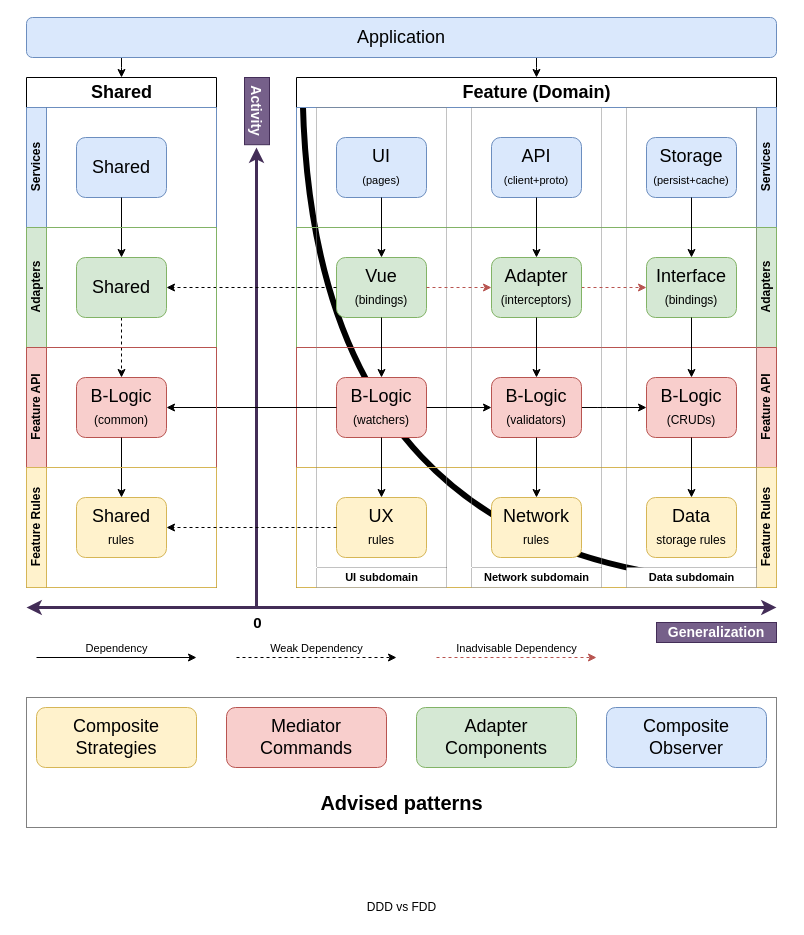
Before: page "Layers" (2 of 3) of ELDA.drawio in E-L-D-A/ELDA, a draw.io diagram. Source tidied: cells renumbered, new cells numbered last; positions are measured from the earlier drawing's top-left corner, leaving out a move shared by most shapes. Both pictures are drawn from the tidied source at 100%, with x=0, y=0 at pixel (26, 17).
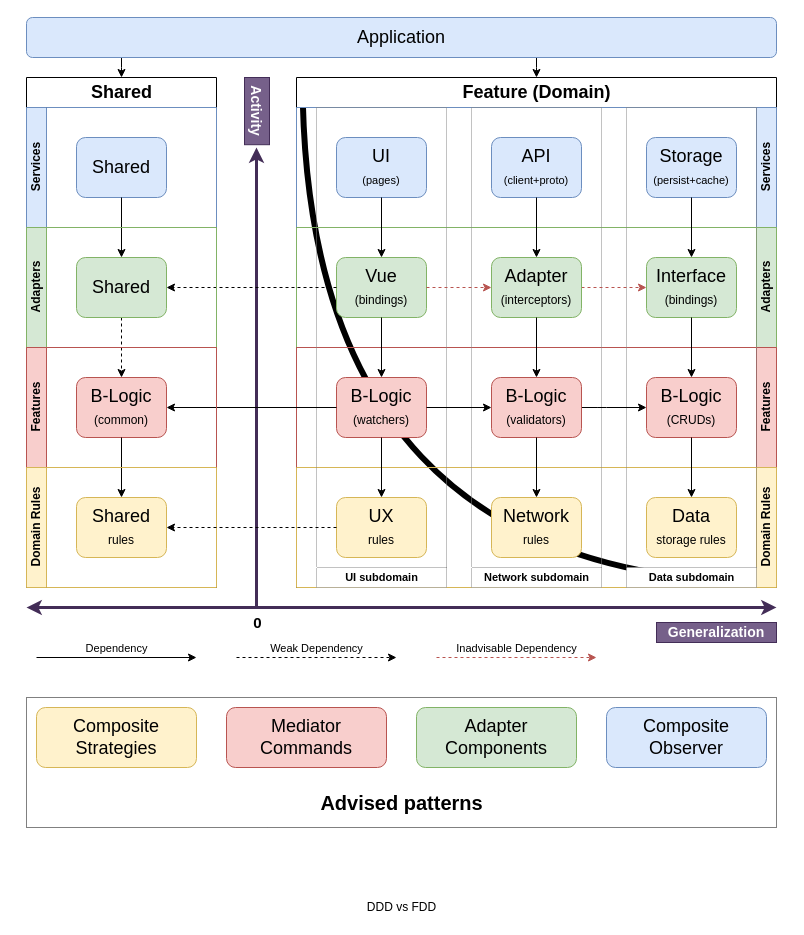
The same diagram, later.

Unchanged cells that the change refers to:
```xml
<mxCell id="4" value="Feature (Domain)" style="swimlane;html=1;horizontal=1;startSize=30;fontSize=18;align=center;swimlaneFillColor=none;" parent="1" vertex="1">
  <mxGeometry x="270" y="60" width="480" height="510" as="geometry" />
</mxCell>
<mxCell id="58" value="Shared" style="swimlane;html=1;horizontal=1;startSize=30;fontSize=18;align=center;" parent="1" vertex="1">
  <mxGeometry y="60" width="190" height="510" as="geometry" />
</mxCell>
```

What changed in the source:
```diff
@@
-    <mxCell id="9" value="Feature API" style="swimlane;html=1;startSize=20;horizontal=0;fillColor=#f8cecc;strokeColor=#b85450;direction=west;" parent="4" vertex="1">
+    <mxCell id="9" value="Features" style="swimlane;html=1;startSize=20;horizontal=0;fillColor=#f8cecc;strokeColor=#b85450;direction=west;" parent="4" vertex="1">
       <mxGeometry y="270" width="480" height="120" as="geometry" />
     </mxCell>
@@
-    <mxCell id="11" value="Feature Rules" style="swimlane;html=1;startSize=20;horizontal=0;fillColor=#fff2cc;strokeColor=#d6b656;direction=west;" parent="4" vertex="1">
+    <mxCell id="11" value="Domain Rules" style="swimlane;html=1;startSize=20;horizontal=0;fillColor=#fff2cc;strokeColor=#d6b656;direction=west;" parent="4" vertex="1">
       <mxGeometry y="390" width="480" height="120" as="geometry" />
     </mxCell>
@@
-    <mxCell id="61" value="Feature API" style="swimlane;html=1;startSize=20;horizontal=0;fillColor=#f8cecc;strokeColor=#b85450;direction=east;" parent="58" vertex="1">
+    <mxCell id="61" value="Features" style="swimlane;html=1;startSize=20;horizontal=0;fillColor=#f8cecc;strokeColor=#b85450;direction=east;" parent="58" vertex="1">
       <mxGeometry y="270" width="190" height="120" as="geometry" />
     </mxCell>
-    <mxCell id="62" value="Feature Rules" style="swimlane;html=1;startSize=20;horizontal=0;fillColor=#fff2cc;strokeColor=#d6b656;direction=east;" parent="58" vertex="1">
+    <mxCell id="62" value="Domain&amp;nbsp;Rules" style="swimlane;html=1;startSize=20;horizontal=0;fillColor=#fff2cc;strokeColor=#d6b656;direction=east;" parent="58" vertex="1">
       <mxGeometry y="390" width="190" height="120" as="geometry" />
     </mxCell>
```
